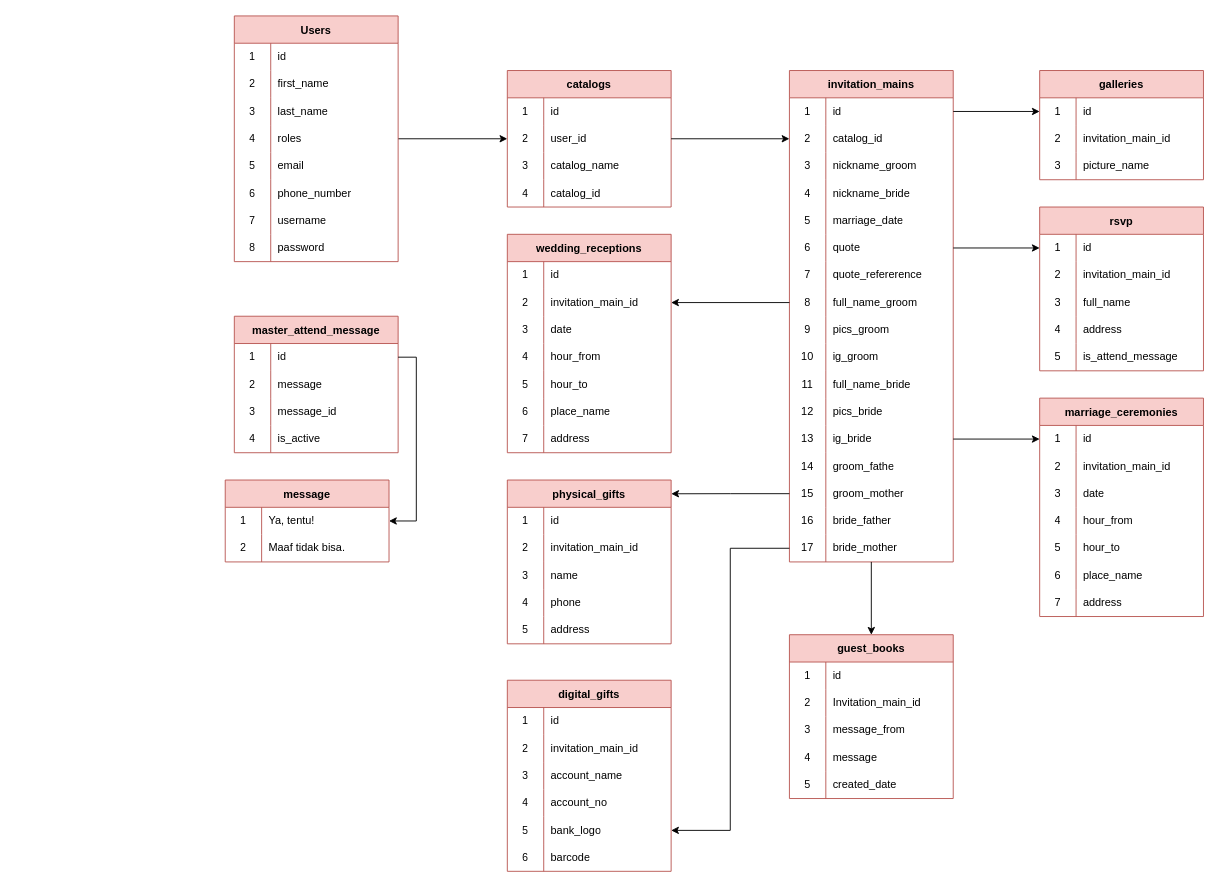
fasyahmad/merigole keeps this draw.io diagram as diagramTable/table invitation (5).drawio. Above is the earlier version. Source tidied: cells renumbered, new cells numbered last; positions are measured from the earlier drawing's top-left corner, leaving out a move shared by most shapes. Both pictures are drawn from the tidied source at 91%, with x=0, y=0 at pixel (225, 15).
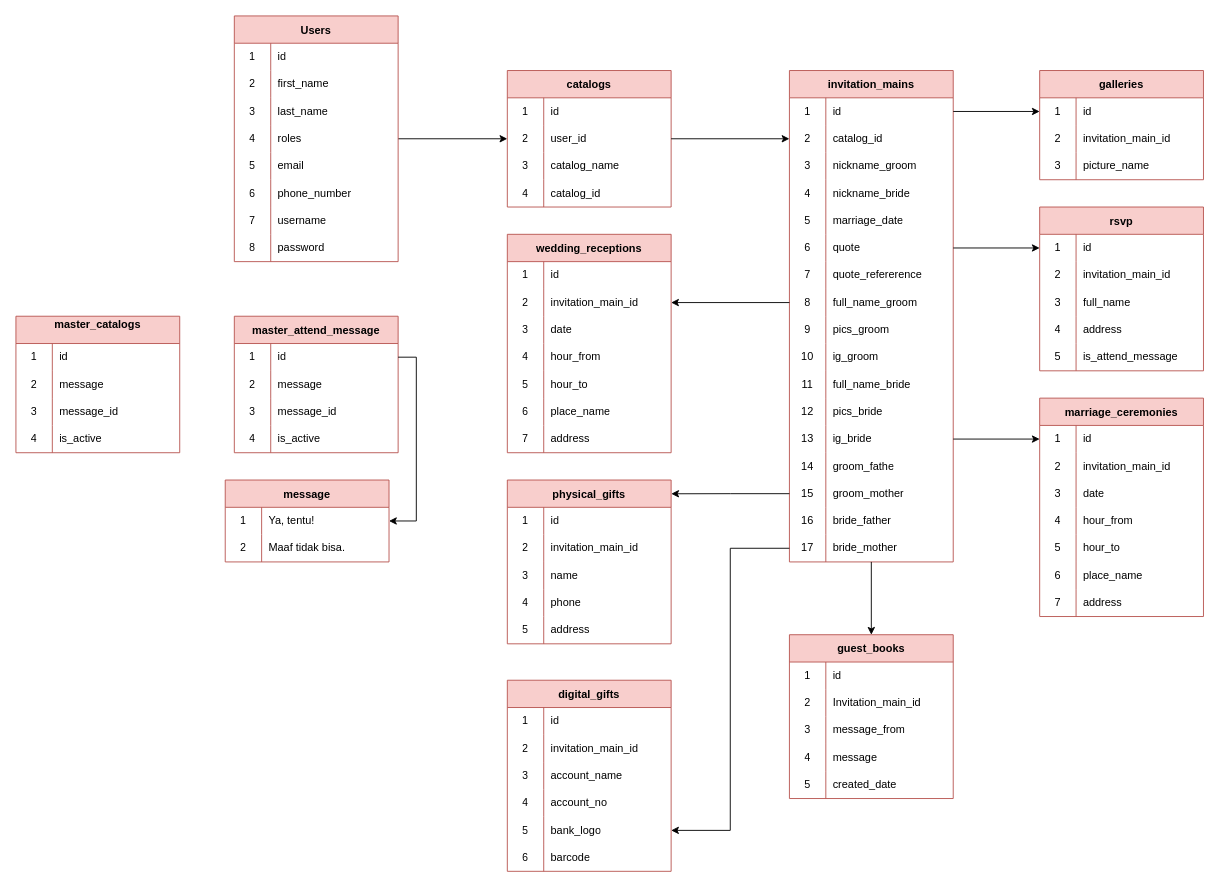
The same page after the edit.

The edit, as a diff of the source:
```diff
@@
+    <mxCell id="243" value="master_catalogs&#10;" style="shape=table;startSize=30;childLayout=tableLayout;rowLines=0;fontStyle=1;fillColor=#f8cecc;strokeColor=#b85450;" parent="1" vertex="1">
+      <mxGeometry x="-230" y="330" width="180" height="150" as="geometry" />
+    </mxCell>
+    <mxCell id="244" style="shape=tableRow;horizontal=0;startSize=0;swimlaneHead=0;swimlaneBody=0;top=0;left=0;bottom=0;right=0;fillColor=none;" parent="243" vertex="1">
+      <mxGeometry y="30" width="180" height="30" as="geometry" />
+    </mxCell>
+    <mxCell id="245" value="1" style="shape=partialRectangle;html=1;whiteSpace=wrap;fillColor=none;top=0;left=0;bottom=0;right=0;overflow=hidden;" parent="244" vertex="1">
+      <mxGeometry width="40" height="30" as="geometry" />
+    </mxCell>
+    <mxCell id="246" value="id" style="shape=partialRectangle;html=1;whiteSpace=wrap;fillColor=none;top=0;left=0;bottom=0;right=0;align=left;spacingLeft=6;overflow=hidden;" parent="244" vertex="1">
+      <mxGeometry x="40" width="140" height="30" as="geometry" />
+    </mxCell>
+    <mxCell id="247" style="shape=tableRow;horizontal=0;startSize=0;swimlaneHead=0;swimlaneBody=0;top=0;left=0;bottom=0;right=0;fillColor=none;" parent="243" vertex="1">
+      <mxGeometry y="60" width="180" height="30" as="geometry" />
+    </mxCell>
+    <mxCell id="248" value="2" style="shape=partialRectangle;html=1;whiteSpace=wrap;fillColor=none;top=0;left=0;bottom=0;right=0;overflow=hidden;" parent="247" vertex="1">
+      <mxGeometry width="40" height="30" as="geometry" />
+    </mxCell>
+    <mxCell id="249" value="message" style="shape=partialRectangle;html=1;whiteSpace=wrap;fillColor=none;top=0;left=0;bottom=0;right=0;align=left;spacingLeft=6;overflow=hidden;" parent="247" vertex="1">
+      <mxGeometry x="40" width="140" height="30" as="geometry" />
+    </mxCell>
+    <mxCell id="250" style="shape=tableRow;horizontal=0;startSize=0;swimlaneHead=0;swimlaneBody=0;top=0;left=0;bottom=0;right=0;fillColor=none;" parent="243" vertex="1">
+      <mxGeometry y="90" width="180" height="30" as="geometry" />
+    </mxCell>
+    <mxCell id="251" value="3" style="shape=partialRectangle;html=1;whiteSpace=wrap;fillColor=none;top=0;left=0;bottom=0;right=0;overflow=hidden;" parent="250" vertex="1">
+      <mxGeometry width="40" height="30" as="geometry" />
+    </mxCell>
+    <mxCell id="252" value="message_id" style="shape=partialRectangle;html=1;whiteSpace=wrap;fillColor=none;top=0;left=0;bottom=0;right=0;align=left;spacingLeft=6;overflow=hidden;" parent="250" vertex="1">
+      <mxGeometry x="40" width="140" height="30" as="geometry" />
+    </mxCell>
+    <mxCell id="253" style="shape=tableRow;horizontal=0;startSize=0;swimlaneHead=0;swimlaneBody=0;top=0;left=0;bottom=0;right=0;fillColor=none;" parent="243" vertex="1">
+      <mxGeometry y="120" width="180" height="30" as="geometry" />
+    </mxCell>
+    <mxCell id="254" value="4" style="shape=partialRectangle;html=1;whiteSpace=wrap;fillColor=none;top=0;left=0;bottom=0;right=0;overflow=hidden;" parent="253" vertex="1">
+      <mxGeometry width="40" height="30" as="geometry" />
+    </mxCell>
+    <mxCell id="255" value="is_active" style="shape=partialRectangle;html=1;whiteSpace=wrap;fillColor=none;top=0;left=0;bottom=0;right=0;align=left;spacingLeft=6;overflow=hidden;" parent="253" vertex="1">
+      <mxGeometry x="40" width="140" height="30" as="geometry" />
+    </mxCell>
```
